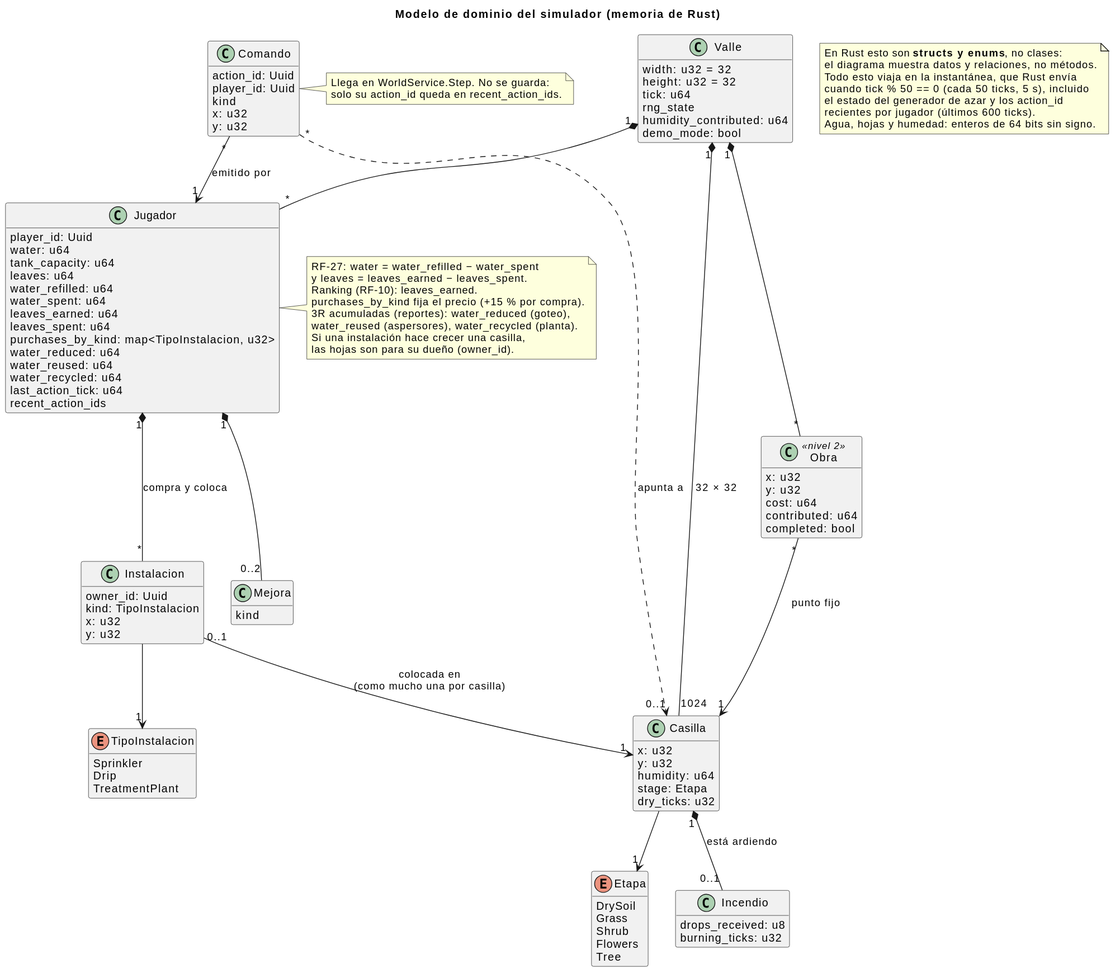
Above: docs/diagrams/06-dominio-simulador.svg in iadev2005/hydrovalley (PlantUML), before the change. The source it was exported from:
```plantuml
@startuml
title Modelo de dominio del simulador (memoria de Rust)
hide empty methods

class Valle {
  width: u32 = 32
  height: u32 = 32
  tick: u64
  rng_state
  humidity_contributed: u64
  demo_mode: bool
}

class Casilla {
  x: u32
  y: u32
  humidity: u64
  stage: Etapa
  dry_ticks: u32
}

enum Etapa {
  DrySoil
  Grass
  Shrub
  Flowers
  Tree
}

class Jugador {
  player_id: Uuid
  water: u64
  tank_capacity: u64
  leaves: u64
  water_refilled: u64
  water_spent: u64
  leaves_earned: u64
  leaves_spent: u64
  purchases_by_kind: map<TipoInstalacion, u32>
  water_reduced: u64
  water_reused: u64
  water_recycled: u64
  last_action_tick: u64
  recent_action_ids
}

class Instalacion {
  owner_id: Uuid
  kind: TipoInstalacion
  x: u32
  y: u32
}

enum TipoInstalacion {
  Sprinkler
  Drip
  TreatmentPlant
}

class Mejora {
  kind
}

class Comando {
  action_id: Uuid
  player_id: Uuid
  kind
  x: u32
  y: u32
}

class Incendio {
  drops_received: u8
  burning_ticks: u32
}

class Obra <<nivel 2>> {
  x: u32
  y: u32
  cost: u64
  contributed: u64
  completed: bool
}

Valle "1" *-- "1024" Casilla : 32 × 32
Valle "1" *-- "*" Jugador
Casilla --> "1" Etapa
Casilla "1" *-- "0..1" Incendio : está ardiendo
Jugador "1" *-- "*" Instalacion : compra y coloca
Instalacion --> "1" TipoInstalacion
Instalacion "0..1" --> "1" Casilla : colocada en\n(como mucho una por casilla)
Jugador "1" *-- "0..2" Mejora
Comando "*" --> "1" Jugador : emitido por
Comando "*" ..> "0..1" Casilla : apunta a
Valle "1" *-- "*" Obra
Obra "*" --> "1" Casilla : punto fijo

note as N1
  En Rust esto son <b>structs y enums</b>, no clases:
  el diagrama muestra datos y relaciones, no métodos.
  Todo esto viaja en la instantánea, que Rust envía
  cuando tick % 50 == 0 (cada 50 ticks, 5 s), incluido
  el estado del generador de azar y los action_id
  recientes por jugador (últimos 600 ticks).
  Agua, hojas y humedad: enteros de 64 bits sin signo.
end note

note right of Jugador
  RF-27: water = water_refilled − water_spent
  y leaves = leaves_earned − leaves_spent.
  Ranking (RF-10): leaves_earned.
  purchases_by_kind fija el precio (+15 % por compra).
  3R acumuladas (reportes): water_reduced (goteo),
  water_reused (aspersores), water_recycled (planta).
  Si una instalación hace crecer una casilla,
  las hojas son para su dueño (owner_id).
end note

note right of Comando
  Llega en WorldService.Step. No se guarda:
  solo su action_id queda en recent_action_ids.
end note
@enduml
```
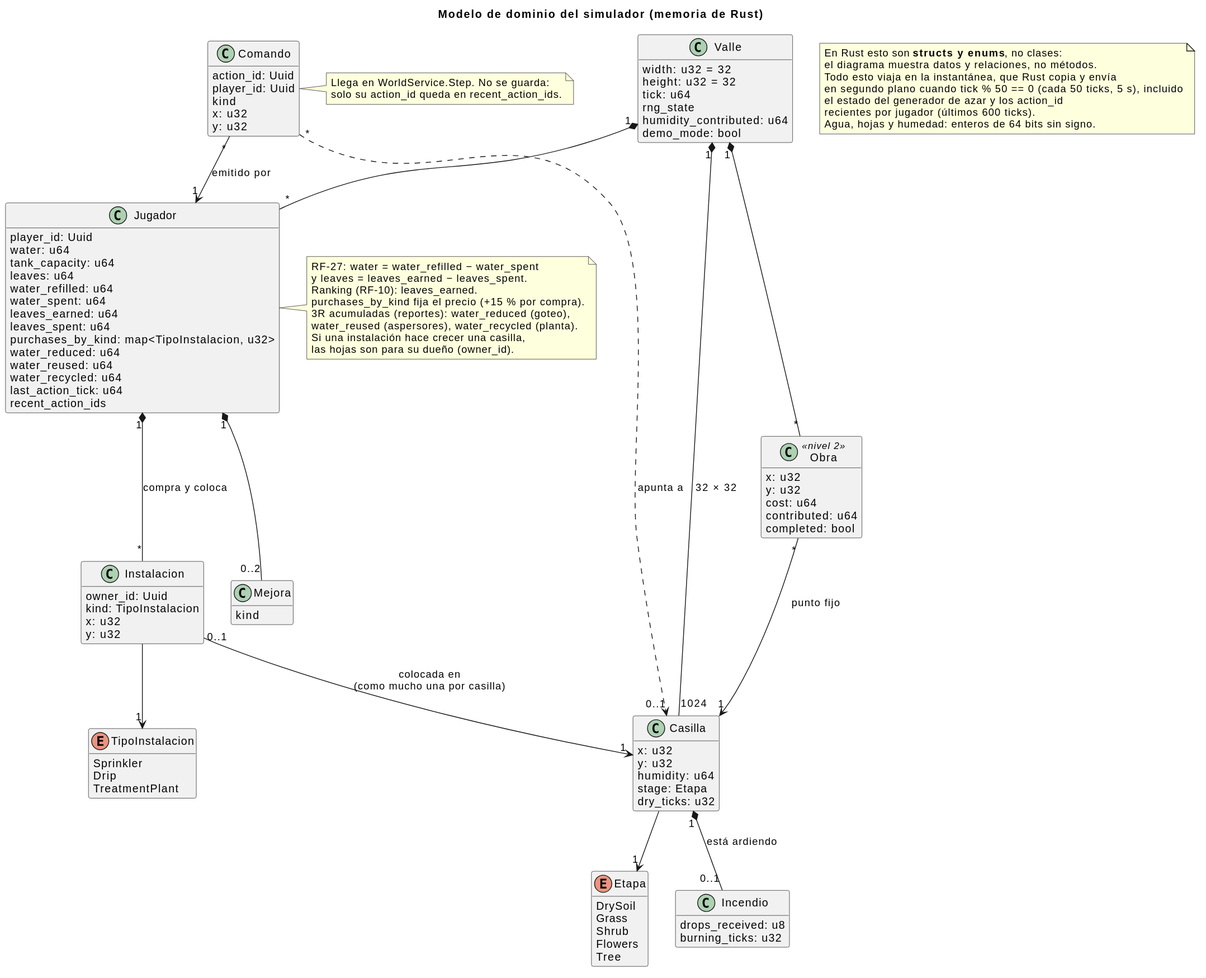
After the commit.

Change to the diagram source:
```diff
@@ -98,8 +98,8 @@
 note as N1
   En Rust esto son <b>structs y enums</b>, no clases:
   el diagrama muestra datos y relaciones, no métodos.
-  Todo esto viaja en la instantánea, que Rust envía
-  cuando tick % 50 == 0 (cada 50 ticks, 5 s), incluido
+  Todo esto viaja en la instantánea, que Rust copia y envía
+  en segundo plano cuando tick % 50 == 0 (cada 50 ticks, 5 s), incluido
   el estado del generador de azar y los action_id
   recientes por jugador (últimos 600 ticks).
   Agua, hojas y humedad: enteros de 64 bits sin signo.
```
